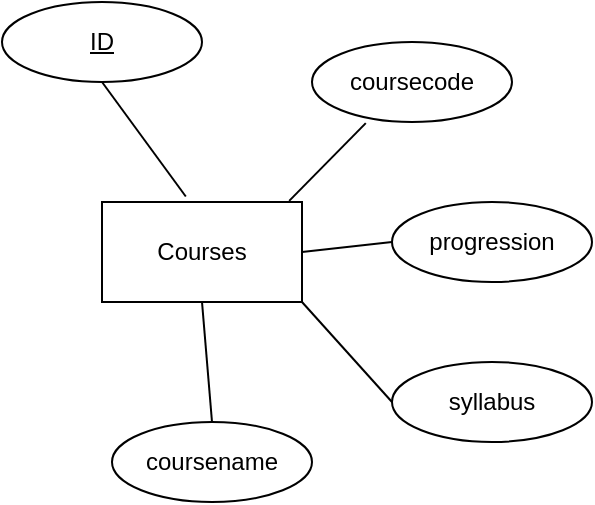
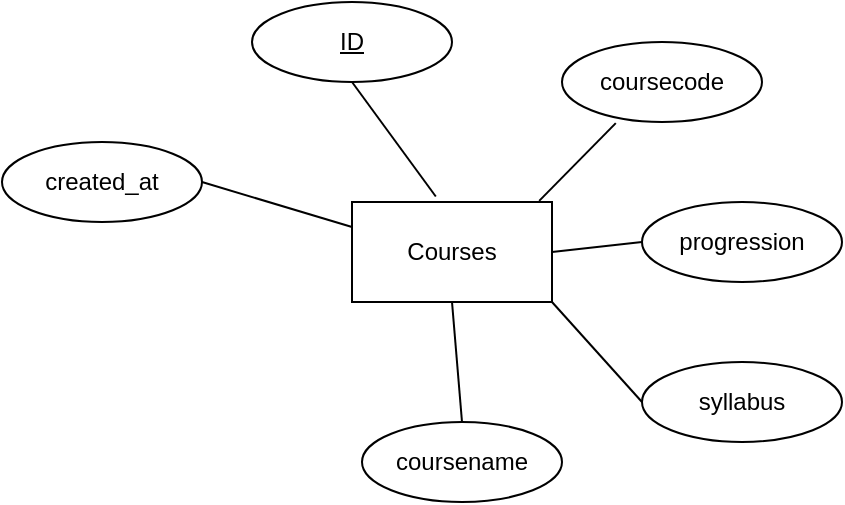
<mxfile host="65bd71144e">
    <diagram id="zIyl0qFHB5AR30vcyW0-" name="Page-1">
-         <mxGraphModel dx="707" dy="579" grid="1" gridSize="10" guides="1" tooltips="1" connect="1" arrows="1" fold="1" page="1" pageScale="1" pageWidth="850" pageHeight="1100" math="0" shadow="0">
+         <mxGraphModel dx="999" dy="477" grid="1" gridSize="10" guides="1" tooltips="1" connect="1" arrows="1" fold="1" page="1" pageScale="1" pageWidth="850" pageHeight="1100" math="0" shadow="0">
            <root>
                <mxCell id="0"/>
                <mxCell id="1" parent="0"/>
-                 <mxCell id="2" value="Courses" style="whiteSpace=wrap;html=1;align=center;" vertex="1" parent="1">
+                 <mxCell id="2" value="Courses" style="whiteSpace=wrap;html=1;align=center;" parent="1" vertex="1">
                    <mxGeometry x="375" y="290" width="100" height="50" as="geometry"/>
                </mxCell>
-                 <mxCell id="3" value="&lt;u&gt;ID&lt;/u&gt;" style="ellipse;whiteSpace=wrap;html=1;align=center;" vertex="1" parent="1">
+                 <mxCell id="3" value="&lt;u&gt;ID&lt;/u&gt;" style="ellipse;whiteSpace=wrap;html=1;align=center;" parent="1" vertex="1">
                    <mxGeometry x="325" y="190" width="100" height="40" as="geometry"/>
                </mxCell>
-                 <mxCell id="4" value="coursecode" style="ellipse;whiteSpace=wrap;html=1;align=center;" vertex="1" parent="1">
+                 <mxCell id="4" value="coursecode" style="ellipse;whiteSpace=wrap;html=1;align=center;" parent="1" vertex="1">
                    <mxGeometry x="480" y="210" width="100" height="40" as="geometry"/>
                </mxCell>
-                 <mxCell id="5" value="progression" style="ellipse;whiteSpace=wrap;html=1;align=center;" vertex="1" parent="1">
+                 <mxCell id="5" value="progression" style="ellipse;whiteSpace=wrap;html=1;align=center;" parent="1" vertex="1">
                    <mxGeometry x="520" y="290" width="100" height="40" as="geometry"/>
                </mxCell>
-                 <mxCell id="6" value="syllabus" style="ellipse;whiteSpace=wrap;html=1;align=center;" vertex="1" parent="1">
+                 <mxCell id="6" value="syllabus" style="ellipse;whiteSpace=wrap;html=1;align=center;" parent="1" vertex="1">
                    <mxGeometry x="520" y="370" width="100" height="40" as="geometry"/>
                </mxCell>
-                 <mxCell id="9" value="" style="endArrow=none;html=1;rounded=0;exitX=0.5;exitY=1;exitDx=0;exitDy=0;entryX=0.419;entryY=-0.055;entryDx=0;entryDy=0;entryPerimeter=0;" edge="1" parent="1" source="3" target="2">
+                 <mxCell id="9" value="" style="endArrow=none;html=1;rounded=0;exitX=0.5;exitY=1;exitDx=0;exitDy=0;entryX=0.419;entryY=-0.055;entryDx=0;entryDy=0;entryPerimeter=0;" parent="1" source="3" target="2" edge="1">
                    <mxGeometry relative="1" as="geometry">
                        <mxPoint x="340" y="300" as="sourcePoint"/>
                        <mxPoint x="500" y="300" as="targetPoint"/>
                    </mxGeometry>
                </mxCell>
-                 <mxCell id="10" value="" style="endArrow=none;html=1;rounded=0;exitX=0.269;exitY=1.014;exitDx=0;exitDy=0;entryX=0.936;entryY=-0.011;entryDx=0;entryDy=0;entryPerimeter=0;exitPerimeter=0;" edge="1" parent="1" source="4" target="2">
+                 <mxCell id="10" value="" style="endArrow=none;html=1;rounded=0;exitX=0.269;exitY=1.014;exitDx=0;exitDy=0;entryX=0.936;entryY=-0.011;entryDx=0;entryDy=0;entryPerimeter=0;exitPerimeter=0;" parent="1" source="4" target="2" edge="1">
                    <mxGeometry relative="1" as="geometry">
                        <mxPoint x="410" y="260" as="sourcePoint"/>
                        <mxPoint x="427" y="297" as="targetPoint"/>
                    </mxGeometry>
                </mxCell>
-                 <mxCell id="11" value="" style="endArrow=none;html=1;rounded=0;exitX=0;exitY=0.5;exitDx=0;exitDy=0;entryX=1;entryY=0.5;entryDx=0;entryDy=0;" edge="1" parent="1" source="5" target="2">
+                 <mxCell id="11" value="" style="endArrow=none;html=1;rounded=0;exitX=0;exitY=0.5;exitDx=0;exitDy=0;entryX=1;entryY=0.5;entryDx=0;entryDy=0;" parent="1" source="5" target="2" edge="1">
                    <mxGeometry relative="1" as="geometry">
                        <mxPoint x="517" y="261" as="sourcePoint"/>
                        <mxPoint x="479" y="299" as="targetPoint"/>
                    </mxGeometry>
                </mxCell>
-                 <mxCell id="12" value="" style="endArrow=none;html=1;rounded=0;exitX=0;exitY=0.5;exitDx=0;exitDy=0;entryX=1;entryY=1;entryDx=0;entryDy=0;" edge="1" parent="1" source="6" target="2">
+                 <mxCell id="12" value="" style="endArrow=none;html=1;rounded=0;exitX=0;exitY=0.5;exitDx=0;exitDy=0;entryX=1;entryY=1;entryDx=0;entryDy=0;" parent="1" source="6" target="2" edge="1">
                    <mxGeometry relative="1" as="geometry">
                        <mxPoint x="530" y="320" as="sourcePoint"/>
                        <mxPoint x="485" y="325" as="targetPoint"/>
                    </mxGeometry>
                </mxCell>
-                 <mxCell id="13" value="coursename" style="ellipse;whiteSpace=wrap;html=1;align=center;" vertex="1" parent="1">
+                 <mxCell id="13" value="coursename" style="ellipse;whiteSpace=wrap;html=1;align=center;" parent="1" vertex="1">
                    <mxGeometry x="380" y="400" width="100" height="40" as="geometry"/>
                </mxCell>
-                 <mxCell id="14" value="" style="endArrow=none;html=1;rounded=0;exitX=0.5;exitY=0;exitDx=0;exitDy=0;entryX=0.5;entryY=1;entryDx=0;entryDy=0;" edge="1" parent="1" source="13" target="2">
+                 <mxCell id="14" value="" style="endArrow=none;html=1;rounded=0;exitX=0.5;exitY=0;exitDx=0;exitDy=0;entryX=0.5;entryY=1;entryDx=0;entryDy=0;" parent="1" source="13" target="2" edge="1">
                    <mxGeometry relative="1" as="geometry">
                        <mxPoint x="530" y="400" as="sourcePoint"/>
                        <mxPoint x="485" y="350" as="targetPoint"/>
+                     </mxGeometry>
+                 </mxCell>
+                 <mxCell id="15" value="created_at" style="ellipse;whiteSpace=wrap;html=1;align=center;" vertex="1" parent="1">
+                     <mxGeometry x="200" y="260" width="100" height="40" as="geometry"/>
+                 </mxCell>
+                 <mxCell id="16" value="" style="endArrow=none;html=1;rounded=0;exitX=1;exitY=0.5;exitDx=0;exitDy=0;entryX=0;entryY=0.25;entryDx=0;entryDy=0;" edge="1" parent="1" source="15" target="2">
+                     <mxGeometry relative="1" as="geometry">
+                         <mxPoint x="385" y="240" as="sourcePoint"/>
+                         <mxPoint x="427" y="297" as="targetPoint"/>
                    </mxGeometry>
                </mxCell>
            </root>
        </mxGraphModel>
    </diagram>
</mxfile>